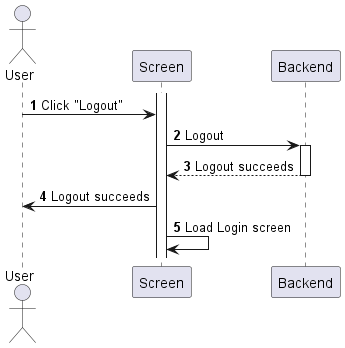
Above: Lab1/Lab1.2/sequences/my-account-logout.png in phihungha/SE357-Practice-class (PlantUML), before the change.
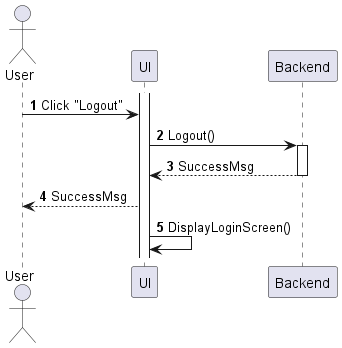
After the change.

What changed in the source:
```diff
@@ -2,14 +2,14 @@
 autonumber
 
 actor "User" as a
-participant Screen as f
+participant UI as f
 participant Backend as b
 
 activate f
 a -> f : Click "Logout"
-f -> b : Logout
+f -> b : Logout()
 activate b
-return Logout succeeds
-f -> a : Logout succeeds
-f -> f : Load Login screen
+return SuccessMsg
+f --> a : SuccessMsg
+f -> f : DisplayLoginScreen()
 @enduml
```
